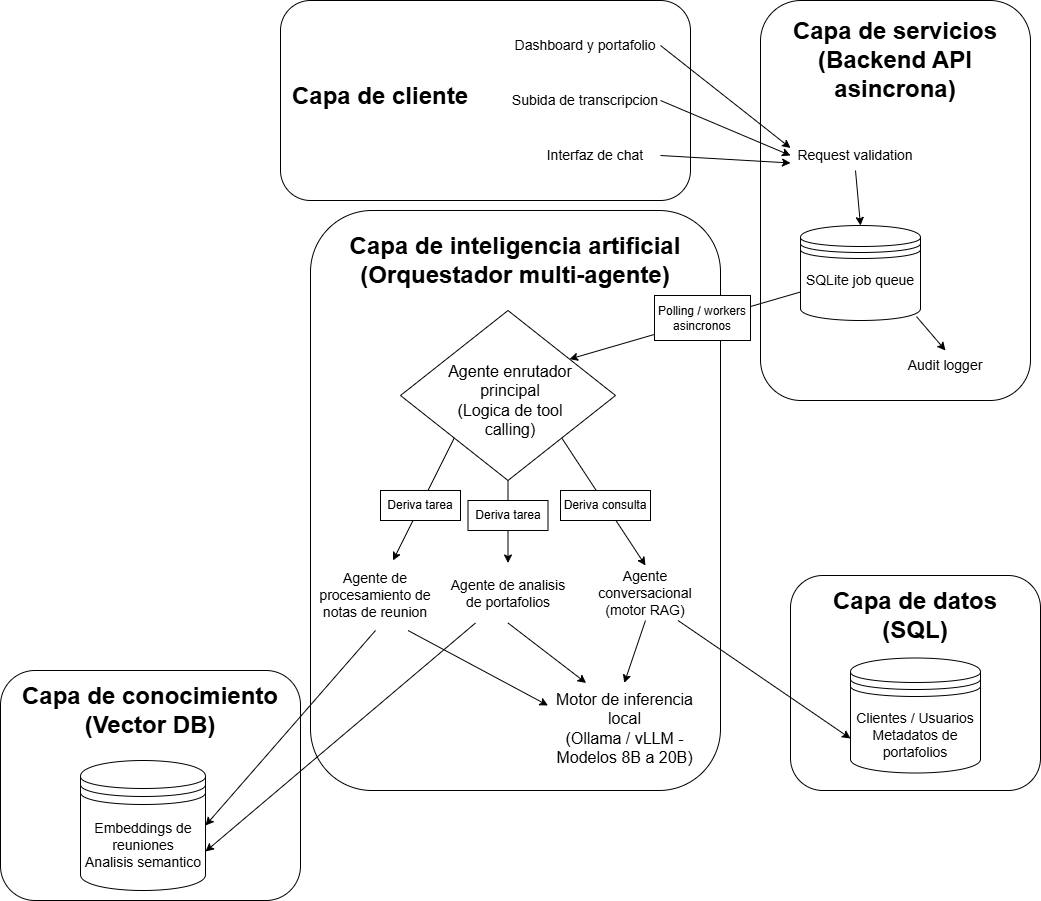
The draw.io diagram Figuras/diagBloques.png in PaolaCartala/Planificacion-AGILE, before a commit. Source tidied: cells renumbered, new cells last; positions are measured from the earlier drawing's top-left corner, leaving out a move shared by most shapes.
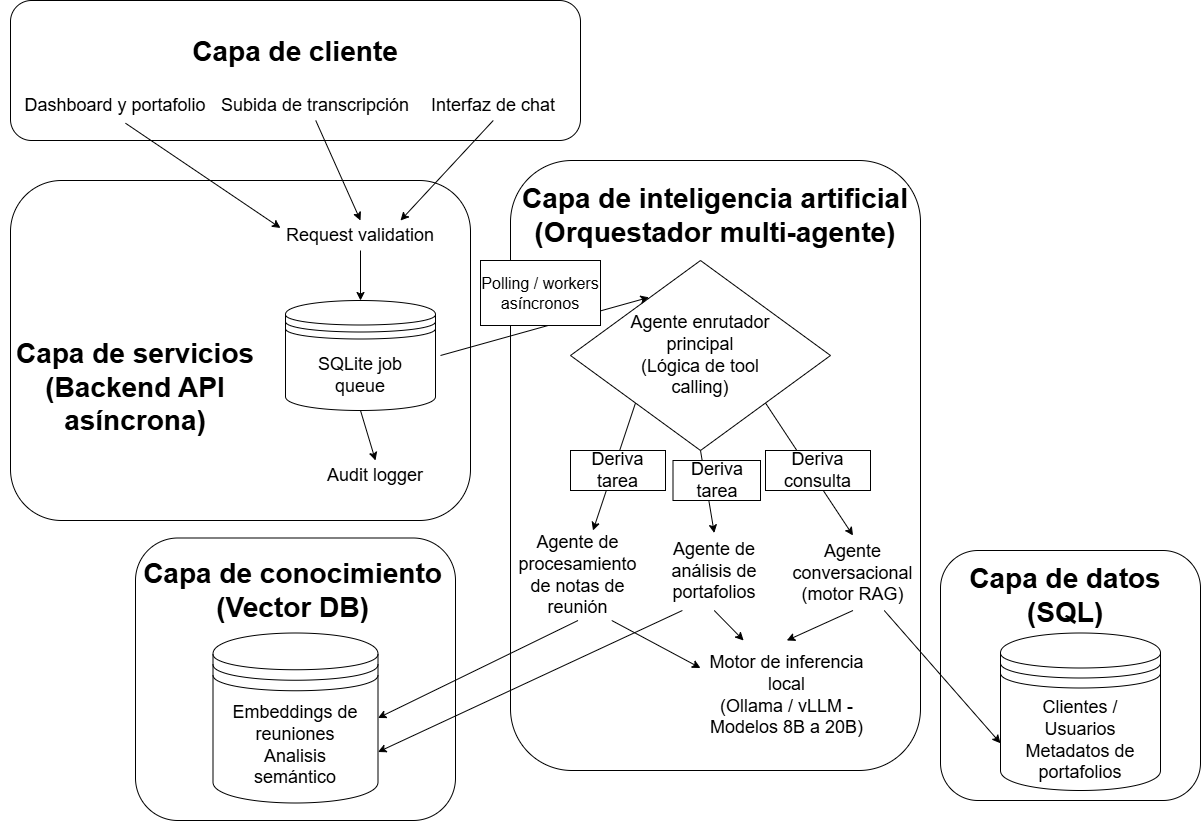
Later version of the same file.

Diff of the diagram source:
```diff
@@ -3,136 +3,132 @@
     <mxCell id="0" />
     <mxCell id="1" parent="0" />
     <mxCell id="2" style="rounded=1;whiteSpace=wrap;html=1;" parent="1" vertex="1">
-      <mxGeometry x="760" width="270" height="400" as="geometry" />
+      <mxGeometry x="-190" y="230" width="460" height="340" as="geometry" />
     </mxCell>
     <mxCell id="3" style="rounded=1;whiteSpace=wrap;html=1;" parent="1" vertex="1">
-      <mxGeometry x="280" width="410" height="200" as="geometry" />
+      <mxGeometry x="-190" y="50" width="570" height="140" as="geometry" />
     </mxCell>
-    <mxCell id="4" value="Dashboard y portafolio" style="text;html=1;whiteSpace=wrap;strokeColor=none;fillColor=none;align=center;verticalAlign=middle;rounded=0;fontSize=14;" parent="1" vertex="1">
-      <mxGeometry x="510" y="30" width="150" height="30" as="geometry" />
+    <mxCell id="4" value="Dashboard y portafolio" style="text;html=1;whiteSpace=wrap;strokeColor=none;fillColor=none;align=center;verticalAlign=middle;rounded=0;fontSize=18;" parent="1" vertex="1">
+      <mxGeometry x="-180.2" y="140" width="190" height="30" as="geometry" />
     </mxCell>
-    <mxCell id="5" value="Interfaz de chat" style="text;html=1;whiteSpace=wrap;strokeColor=none;fillColor=none;align=center;verticalAlign=middle;rounded=0;fontSize=14;" parent="1" vertex="1">
-      <mxGeometry x="530" y="140" width="130" height="30" as="geometry" />
+    <mxCell id="5" value="Interfaz de chat" style="text;html=1;whiteSpace=wrap;strokeColor=none;fillColor=none;align=center;verticalAlign=middle;rounded=0;fontSize=18;" parent="1" vertex="1">
+      <mxGeometry x="222.8" y="140" width="140" height="30" as="geometry" />
     </mxCell>
-    <mxCell id="6" value="Subida de transcripcion" style="text;html=1;whiteSpace=wrap;strokeColor=none;fillColor=none;align=center;verticalAlign=middle;rounded=0;fontSize=14;" parent="1" vertex="1">
-      <mxGeometry x="510" y="85" width="150" height="30" as="geometry" />
+    <mxCell id="6" value="Subida de transcripción" style="text;html=1;whiteSpace=wrap;strokeColor=none;fillColor=none;align=center;verticalAlign=middle;rounded=0;fontSize=18;" parent="1" vertex="1">
+      <mxGeometry x="15.2" y="140" width="200" height="30" as="geometry" />
     </mxCell>
-    <mxCell id="7" value="&lt;h1 style=&quot;margin-top: 0px;&quot;&gt;Capa de cliente&lt;/h1&gt;" style="text;html=1;whiteSpace=wrap;overflow=hidden;rounded=0;align=center;" parent="1" vertex="1">
-      <mxGeometry x="290" y="75" width="180" height="50" as="geometry" />
+    <mxCell id="7" value="&lt;h1 style=&quot;margin-top: 0px;&quot;&gt;Capa de cliente&lt;/h1&gt;" style="text;html=1;whiteSpace=wrap;overflow=hidden;rounded=0;align=center;fontSize=14;" parent="1" vertex="1">
+      <mxGeometry x="-73.8" y="77.5" width="337.5" height="52.5" as="geometry" />
     </mxCell>
-    <mxCell id="8" style="endArrow=classic;html=1;rounded=0;entryX=0;entryY=0.25;entryDx=0;entryDy=0;" parent="1" edge="1" target="11">
-      <mxGeometry relative="1" as="geometry">
-        <mxPoint x="660" y="45" as="sourcePoint" />
-      </mxGeometry>
+    <mxCell id="8" style="endArrow=classic;html=1;rounded=0;entryX=0;entryY=0.25;entryDx=0;entryDy=0;exitX=0.554;exitY=1.091;exitDx=0;exitDy=0;exitPerimeter=0;" parent="1" edge="1" source="4" target="11">
+      <mxGeometry relative="1" as="geometry" />
     </mxCell>
-    <mxCell id="9" style="endArrow=classic;html=1;rounded=0;exitX=1;exitY=0.5;exitDx=0;exitDy=0;entryX=0;entryY=0.75;entryDx=0;entryDy=0;" parent="1" edge="1" target="11">
-      <mxGeometry relative="1" as="geometry">
-        <mxPoint x="660" y="155" as="sourcePoint" />
-      </mxGeometry>
+    <mxCell id="9" style="endArrow=classic;html=1;rounded=0;exitX=0.5;exitY=1;exitDx=0;exitDy=0;entryX=0.75;entryY=0;entryDx=0;entryDy=0;" parent="1" edge="1" source="5" target="11">
+      <mxGeometry relative="1" as="geometry" />
     </mxCell>
-    <mxCell id="10" style="endArrow=classic;html=1;rounded=0;exitX=1;exitY=0.5;exitDx=0;exitDy=0;entryX=0;entryY=0.5;entryDx=0;entryDy=0;" parent="1" edge="1" target="11">
-      <mxGeometry relative="1" as="geometry">
-        <mxPoint x="660" y="100" as="sourcePoint" />
-      </mxGeometry>
+    <mxCell id="10" style="endArrow=classic;html=1;rounded=0;exitX=0.5;exitY=1;exitDx=0;exitDy=0;entryX=0.5;entryY=0;entryDx=0;entryDy=0;" parent="1" edge="1" source="6" target="11">
+      <mxGeometry relative="1" as="geometry" />
     </mxCell>
-    <mxCell id="11" value="Request validation" style="text;html=1;whiteSpace=wrap;strokeColor=none;fillColor=none;align=center;verticalAlign=middle;rounded=0;fontSize=14;" parent="1" vertex="1">
-      <mxGeometry x="790" y="140" width="130" height="30" as="geometry" />
+    <mxCell id="11" value="Request validation" style="text;html=1;whiteSpace=wrap;strokeColor=none;fillColor=none;align=center;verticalAlign=middle;rounded=0;fontSize=18;" parent="1" vertex="1">
+      <mxGeometry x="80" y="270" width="160" height="30" as="geometry" />
     </mxCell>
-    <mxCell id="12" style="shape=datastore;whiteSpace=wrap;html=1;" parent="1" vertex="1">
-      <mxGeometry x="800" y="225" width="120" height="95" as="geometry" />
+    <mxCell id="12" style="shape=datastore;whiteSpace=wrap;html=1;fontSize=18;" parent="1" vertex="1">
+      <mxGeometry x="85" y="350" width="150" height="110" as="geometry" />
     </mxCell>
-    <mxCell id="13" value="SQLite job queue" style="text;html=1;whiteSpace=wrap;strokeColor=none;fillColor=none;align=center;verticalAlign=middle;rounded=0;fontSize=14;" parent="1" vertex="1">
-      <mxGeometry x="795" y="265" width="130" height="30" as="geometry" />
+    <mxCell id="13" value="SQLite job queue" style="text;html=1;whiteSpace=wrap;strokeColor=none;fillColor=none;align=center;verticalAlign=middle;rounded=0;fontSize=18;" parent="1" vertex="1">
+      <mxGeometry x="95" y="410" width="130" height="30" as="geometry" />
     </mxCell>
-    <mxCell id="14" style="endArrow=classic;html=1;rounded=0;exitX=0.5;exitY=1;exitDx=0;exitDy=0;entryX=0.5;entryY=0;entryDx=0;entryDy=0;" parent="1" edge="1" source="11" target="12">
+    <mxCell id="14" style="endArrow=classic;html=1;rounded=0;exitX=0.5;exitY=1;exitDx=0;exitDy=0;entryX=0.5;entryY=0;entryDx=0;entryDy=0;fontSize=18;" parent="1" edge="1" source="11" target="12">
       <mxGeometry relative="1" as="geometry" />
     </mxCell>
-    <mxCell id="15" value="&lt;h1 style=&quot;margin-top: 0px;&quot;&gt;Capa de servicios (Backend API asincrona)&lt;/h1&gt;" style="text;html=1;whiteSpace=wrap;overflow=hidden;rounded=0;align=center;" parent="1" vertex="1">
-      <mxGeometry x="780" y="10" width="230" height="100" as="geometry" />
+    <mxCell id="15" value="&lt;h1 style=&quot;margin-top: 0px;&quot;&gt;Capa de servicios (Backend API asíncrona)&lt;/h1&gt;" style="text;html=1;whiteSpace=wrap;overflow=hidden;rounded=0;align=center;fontSize=14;" parent="1" vertex="1">
+      <mxGeometry x="-200" y="380" width="270" height="120" as="geometry" />
     </mxCell>
-    <mxCell id="16" value="Audit logger" style="text;html=1;whiteSpace=wrap;strokeColor=none;fillColor=none;align=center;verticalAlign=middle;rounded=0;fontSize=14;" parent="1" vertex="1">
-      <mxGeometry x="880" y="350" width="130" height="30" as="geometry" />
+    <mxCell id="16" value="Audit logger" style="text;html=1;whiteSpace=wrap;strokeColor=none;fillColor=none;align=center;verticalAlign=middle;rounded=0;fontSize=18;" parent="1" vertex="1">
+      <mxGeometry x="110" y="510" width="130" height="30" as="geometry" />
     </mxCell>
-    <mxCell id="17" style="endArrow=classic;html=1;rounded=0;entryX=0.5;entryY=0;entryDx=0;entryDy=0;exitX=0.967;exitY=0.959;exitDx=0;exitDy=0;exitPerimeter=0;" parent="1" edge="1" source="12" target="16">
+    <mxCell id="17" style="endArrow=classic;html=1;rounded=0;entryX=0.5;entryY=0;entryDx=0;entryDy=0;exitX=0.5;exitY=1;exitDx=0;exitDy=0;fontSize=18;" parent="1" edge="1" source="12" target="16">
       <mxGeometry relative="1" as="geometry" />
     </mxCell>
     <mxCell id="18" style="rounded=1;whiteSpace=wrap;html=1;" parent="1" vertex="1">
-      <mxGeometry x="310" y="210" width="410" height="580" as="geometry" />
+      <mxGeometry x="310" y="210" width="410" height="610" as="geometry" />
     </mxCell>
-    <mxCell id="19" value="&lt;h1 style=&quot;margin-top: 0px;&quot;&gt;Capa de inteligencia artificial (Orquestador multi-agente)&lt;/h1&gt;" style="text;html=1;whiteSpace=wrap;overflow=hidden;rounded=0;align=center;" parent="1" vertex="1">
-      <mxGeometry x="335" y="225" width="360" height="70" as="geometry" />
+    <mxCell id="19" value="&lt;h1 style=&quot;margin-top: 0px;&quot;&gt;Capa de inteligencia artificial (Orquestador multi-agente)&lt;/h1&gt;" style="text;html=1;whiteSpace=wrap;overflow=hidden;rounded=0;align=center;fontSize=14;" parent="1" vertex="1">
+      <mxGeometry x="310" y="225" width="410" height="85" as="geometry" />
     </mxCell>
     <mxCell id="20" style="rhombus;whiteSpace=wrap;html=1;" parent="1" vertex="1">
-      <mxGeometry x="400" y="310" width="215" height="170" as="geometry" />
+      <mxGeometry x="370" y="310" width="260" height="190" as="geometry" />
     </mxCell>
-    <mxCell id="21" value="Agente enrutador principal&lt;div&gt;(Logica de tool calling)&lt;/div&gt;" style="text;html=1;whiteSpace=wrap;strokeColor=none;fillColor=none;align=center;verticalAlign=middle;rounded=0;fontSize=16;" parent="1" vertex="1">
-      <mxGeometry x="430" y="360" width="160" height="80" as="geometry" />
+    <mxCell id="21" value="Agente enrutador principal&lt;div&gt;(Lógica de tool calling)&lt;/div&gt;" style="text;html=1;whiteSpace=wrap;strokeColor=none;fillColor=none;align=center;verticalAlign=middle;rounded=0;fontSize=18;" parent="1" vertex="1">
+      <mxGeometry x="415" y="360" width="170" height="90" as="geometry" />
     </mxCell>
-    <mxCell id="22" style="endArrow=classic;html=1;rounded=0;entryX=0.786;entryY=0.286;entryDx=0;entryDy=0;entryPerimeter=0;exitX=0;exitY=0.7;exitDx=0;exitDy=0;" parent="1" edge="1" source="12" target="20">
-      <mxGeometry relative="1" as="geometry" />
+    <mxCell id="22" style="endArrow=classic;html=1;rounded=0;entryX=0.302;entryY=0.194;entryDx=0;entryDy=0;entryPerimeter=0;" parent="1" edge="1" target="20">
+      <mxGeometry relative="1" as="geometry">
+        <mxPoint x="240" y="405" as="sourcePoint" />
+      </mxGeometry>
     </mxCell>
-    <mxCell id="23" value="Polling / workers asincronos" style="rounded=0;whiteSpace=wrap;html=1;" parent="1" vertex="1">
-      <mxGeometry x="654" y="295" width="96" height="45" as="geometry" />
+    <mxCell id="23" value="Polling / workers asíncronos" style="rounded=0;whiteSpace=wrap;html=1;fontSize=16;" parent="1" vertex="1">
+      <mxGeometry x="280" y="310" width="120" height="65" as="geometry" />
     </mxCell>
-    <mxCell id="24" value="Agente de procesamiento de notas de reunion" style="text;html=1;whiteSpace=wrap;strokeColor=none;fillColor=none;align=center;verticalAlign=middle;rounded=0;fontSize=14;" parent="1" vertex="1">
-      <mxGeometry x="310" y="560" width="130" height="70" as="geometry" />
+    <mxCell id="24" value="Agente de procesamiento de notas de reunión" style="text;html=1;whiteSpace=wrap;strokeColor=none;fillColor=none;align=center;verticalAlign=middle;rounded=0;fontSize=18;" parent="1" vertex="1">
+      <mxGeometry x="310" y="580" width="135" height="90" as="geometry" />
     </mxCell>
-    <mxCell id="25" value="Agente de analisis de portafolios" style="text;html=1;whiteSpace=wrap;strokeColor=none;fillColor=none;align=center;verticalAlign=middle;rounded=0;fontSize=14;" parent="1" vertex="1">
-      <mxGeometry x="442.5" y="562.5" width="130" height="60" as="geometry" />
+    <mxCell id="25" value="Agente de análisis de portafolios" style="text;html=1;whiteSpace=wrap;strokeColor=none;fillColor=none;align=center;verticalAlign=middle;rounded=0;fontSize=18;" parent="1" vertex="1">
+      <mxGeometry x="450" y="582.5" width="127.5" height="77.5" as="geometry" />
     </mxCell>
-    <mxCell id="26" value="Agente conversacional&lt;div&gt;(motor RAG)&lt;/div&gt;" style="text;html=1;whiteSpace=wrap;strokeColor=none;fillColor=none;align=center;verticalAlign=middle;rounded=0;fontSize=14;" parent="1" vertex="1">
-      <mxGeometry x="580" y="565" width="130" height="55" as="geometry" />
+    <mxCell id="26" value="Agente conversacional&lt;div&gt;(motor RAG)&lt;/div&gt;" style="text;html=1;whiteSpace=wrap;strokeColor=none;fillColor=none;align=center;verticalAlign=middle;rounded=0;fontSize=18;" parent="1" vertex="1">
+      <mxGeometry x="590" y="585" width="125" height="75" as="geometry" />
     </mxCell>
-    <mxCell id="27" style="endArrow=classic;html=1;rounded=0;exitX=0;exitY=1;exitDx=0;exitDy=0;" parent="1" edge="1" source="20" target="24">
+    <mxCell id="27" style="endArrow=classic;html=1;rounded=0;exitX=0;exitY=1;exitDx=0;exitDy=0;fontSize=18;" parent="1" edge="1" source="20" target="24">
       <mxGeometry relative="1" as="geometry" />
     </mxCell>
-    <mxCell id="28" style="endArrow=classic;html=1;rounded=0;entryX=0.5;entryY=0;entryDx=0;entryDy=0;exitX=0.5;exitY=1;exitDx=0;exitDy=0;" parent="1" edge="1" source="20" target="25">
+    <mxCell id="28" style="endArrow=classic;html=1;rounded=0;entryX=0.5;entryY=0;entryDx=0;entryDy=0;exitX=0.5;exitY=1;exitDx=0;exitDy=0;fontSize=18;" parent="1" edge="1" source="20" target="25">
       <mxGeometry relative="1" as="geometry" />
     </mxCell>
-    <mxCell id="29" style="endArrow=classic;html=1;rounded=0;entryX=0.5;entryY=0;entryDx=0;entryDy=0;exitX=1;exitY=1;exitDx=0;exitDy=0;" parent="1" edge="1" source="20" target="26">
+    <mxCell id="29" style="endArrow=classic;html=1;rounded=0;entryX=0.5;entryY=0;entryDx=0;entryDy=0;exitX=1;exitY=1;exitDx=0;exitDy=0;fontSize=18;" parent="1" edge="1" source="20" target="26">
       <mxGeometry relative="1" as="geometry" />
     </mxCell>
-    <mxCell id="30" value="Deriva tarea" style="rounded=0;whiteSpace=wrap;html=1;" parent="1" vertex="1">
-      <mxGeometry x="380" y="490" width="80" height="30" as="geometry" />
+    <mxCell id="30" value="Deriva tarea" style="rounded=0;whiteSpace=wrap;html=1;fontSize=18;" parent="1" vertex="1">
+      <mxGeometry x="370" y="500" width="95" height="40" as="geometry" />
     </mxCell>
-    <mxCell id="31" value="Deriva tarea" style="rounded=0;whiteSpace=wrap;html=1;" parent="1" vertex="1">
-      <mxGeometry x="467.5" y="500" width="80" height="30" as="geometry" />
+    <mxCell id="31" value="Deriva tarea" style="rounded=0;whiteSpace=wrap;html=1;fontSize=18;" parent="1" vertex="1">
+      <mxGeometry x="472.5" y="510" width="87.5" height="40" as="geometry" />
     </mxCell>
-    <mxCell id="32" value="Deriva consulta" style="rounded=0;whiteSpace=wrap;html=1;" parent="1" vertex="1">
-      <mxGeometry x="560" y="490" width="90" height="30" as="geometry" />
+    <mxCell id="32" value="Deriva consulta" style="rounded=0;whiteSpace=wrap;html=1;fontSize=18;" parent="1" vertex="1">
+      <mxGeometry x="565" y="500" width="105" height="40" as="geometry" />
     </mxCell>
-    <mxCell id="33" value="Motor de inferencia local&lt;div&gt;(Ollama / vLLM - Modelos 8B a 20B)&lt;/div&gt;" style="text;html=1;whiteSpace=wrap;strokeColor=none;fillColor=none;align=center;verticalAlign=middle;rounded=0;fontSize=16;" parent="1" vertex="1">
-      <mxGeometry x="547.5" y="682.5" width="152.5" height="90" as="geometry" />
+    <mxCell id="33" value="Motor de inferencia local&lt;div&gt;(Ollama / vLLM - Modelos 8B a 20B)&lt;/div&gt;" style="text;html=1;whiteSpace=wrap;strokeColor=none;fillColor=none;align=center;verticalAlign=middle;rounded=0;fontSize=18;" parent="1" vertex="1">
+      <mxGeometry x="500" y="690" width="172.5" height="110" as="geometry" />
     </mxCell>
-    <mxCell id="34" style="endArrow=classic;html=1;rounded=0;exitX=0.5;exitY=1;exitDx=0;exitDy=0;entryX=0.5;entryY=0;entryDx=0;entryDy=0;" parent="1" edge="1" source="26" target="33">
+    <mxCell id="34" style="endArrow=classic;html=1;rounded=0;exitX=0.5;exitY=1;exitDx=0;exitDy=0;entryX=0.5;entryY=0;entryDx=0;entryDy=0;fontSize=18;" parent="1" edge="1" source="26" target="33">
       <mxGeometry relative="1" as="geometry" />
     </mxCell>
-    <mxCell id="35" style="endArrow=classic;html=1;rounded=0;exitX=0.5;exitY=1;exitDx=0;exitDy=0;entryX=0.25;entryY=0;entryDx=0;entryDy=0;" parent="1" edge="1" source="25" target="33">
+    <mxCell id="35" style="endArrow=classic;html=1;rounded=0;exitX=0.5;exitY=1;exitDx=0;exitDy=0;entryX=0.25;entryY=0;entryDx=0;entryDy=0;fontSize=18;" parent="1" edge="1" source="25" target="33">
       <mxGeometry relative="1" as="geometry" />
     </mxCell>
-    <mxCell id="36" style="endArrow=classic;html=1;rounded=0;exitX=0.75;exitY=1;exitDx=0;exitDy=0;entryX=0;entryY=0.25;entryDx=0;entryDy=0;" parent="1" edge="1" source="24" target="33">
+    <mxCell id="36" style="endArrow=classic;html=1;rounded=0;exitX=0.75;exitY=1;exitDx=0;exitDy=0;entryX=0;entryY=0.25;entryDx=0;entryDy=0;fontSize=18;" parent="1" edge="1" source="24" target="33">
       <mxGeometry relative="1" as="geometry" />
     </mxCell>
     <mxCell id="37" style="rounded=1;whiteSpace=wrap;html=1;" parent="1" vertex="1">
-      <mxGeometry x="790" y="575" width="250" height="215" as="geometry" />
+      <mxGeometry x="740" y="600" width="260" height="250" as="geometry" />
     </mxCell>
-    <mxCell id="38" style="shape=datastore;whiteSpace=wrap;html=1;" parent="1" vertex="1">
-      <mxGeometry x="850" y="657.5" width="130" height="115" as="geometry" />
+    <mxCell id="38" style="shape=datastore;whiteSpace=wrap;html=1;fontSize=18;" parent="1" vertex="1">
+      <mxGeometry x="800" y="682.5" width="160" height="157.5" as="geometry" />
     </mxCell>
-    <mxCell id="39" value="&lt;h1 style=&quot;margin-top: 0px;&quot;&gt;Capa de datos (SQL)&lt;/h1&gt;" style="text;html=1;whiteSpace=wrap;overflow=hidden;rounded=0;align=center;" parent="1" vertex="1">
-      <mxGeometry x="830" y="580" width="170" height="70" as="geometry" />
+    <mxCell id="39" value="&lt;h1 style=&quot;margin-top: 0px;&quot;&gt;Capa de datos (SQL)&lt;/h1&gt;" style="text;html=1;whiteSpace=wrap;overflow=hidden;rounded=0;align=center;fontSize=14;" parent="1" vertex="1">
+      <mxGeometry x="750" y="605" width="230" height="70" as="geometry" />
     </mxCell>
     <mxCell id="40" style="rounded=1;whiteSpace=wrap;html=1;" parent="1" vertex="1">
-      <mxGeometry y="670" width="300" height="230" as="geometry" />
+      <mxGeometry x="-65" y="587.5" width="320" height="282.5" as="geometry" />
     </mxCell>
     <mxCell id="41" style="shape=datastore;whiteSpace=wrap;html=1;" parent="1" vertex="1">
-      <mxGeometry x="80" y="760" width="125" height="130" as="geometry" />
+      <mxGeometry x="12.5" y="682.5" width="165" height="170" as="geometry" />
     </mxCell>
-    <mxCell id="42" value="&lt;h1 style=&quot;margin-top: 0px;&quot;&gt;Capa de conocimiento (Vector DB)&lt;/h1&gt;" style="text;html=1;whiteSpace=wrap;overflow=hidden;rounded=0;align=center;" parent="1" vertex="1">
-      <mxGeometry x="10" y="675" width="280" height="70" as="geometry" />
+    <mxCell id="42" value="&lt;h1 style=&quot;margin-top: 0px;&quot;&gt;Capa de conocimiento (Vector DB)&lt;/h1&gt;" style="text;html=1;whiteSpace=wrap;overflow=hidden;rounded=0;align=center;fontSize=14;" parent="1" vertex="1">
+      <mxGeometry x="-60" y="600" width="305" height="87.5" as="geometry" />
     </mxCell>
-    <mxCell id="43" value="Embeddings de reuniones&lt;div&gt;Analisis semantico&lt;/div&gt;" style="text;html=1;whiteSpace=wrap;strokeColor=none;fillColor=none;align=center;verticalAlign=middle;rounded=0;fontSize=14;" parent="1" vertex="1">
-      <mxGeometry x="82.5" y="820" width="120" height="50" as="geometry" />
+    <mxCell id="43" value="Embeddings de reuniones&lt;div&gt;Analisis semántico&lt;/div&gt;" style="text;html=1;whiteSpace=wrap;strokeColor=none;fillColor=none;align=center;verticalAlign=middle;rounded=0;fontSize=18;" parent="1" vertex="1">
+      <mxGeometry x="20" y="740" width="150" height="110" as="geometry" />
     </mxCell>
     <mxCell id="44" style="endArrow=classic;html=1;rounded=0;entryX=1;entryY=0.5;entryDx=0;entryDy=0;exitX=0.5;exitY=1;exitDx=0;exitDy=0;" parent="1" edge="1" source="24" target="41">
       <mxGeometry relative="1" as="geometry" />
@@ -140,8 +136,8 @@
     <mxCell id="45" style="endArrow=classic;html=1;rounded=0;entryX=1;entryY=0.7;entryDx=0;entryDy=0;exitX=0.25;exitY=1;exitDx=0;exitDy=0;" parent="1" edge="1" source="25" target="41">
       <mxGeometry relative="1" as="geometry" />
     </mxCell>
-    <mxCell id="46" value="Clientes / Usuarios&lt;div&gt;Metadatos de portafolios&lt;/div&gt;" style="text;html=1;whiteSpace=wrap;strokeColor=none;fillColor=none;align=center;verticalAlign=middle;rounded=0;fontSize=14;" parent="1" vertex="1">
-      <mxGeometry x="855" y="710" width="120" height="50" as="geometry" />
+    <mxCell id="46" value="Clientes / Usuarios&lt;div&gt;Metadatos de portafolios&lt;/div&gt;" style="text;html=1;whiteSpace=wrap;strokeColor=none;fillColor=none;align=center;verticalAlign=middle;rounded=0;fontSize=18;" parent="1" vertex="1">
+      <mxGeometry x="820" y="765" width="120" height="50" as="geometry" />
     </mxCell>
     <mxCell id="47" style="endArrow=classic;html=1;rounded=0;entryX=0;entryY=0.7;entryDx=0;entryDy=0;exitX=0.75;exitY=1;exitDx=0;exitDy=0;" parent="1" edge="1" source="26" target="38">
       <mxGeometry relative="1" as="geometry" />
```
